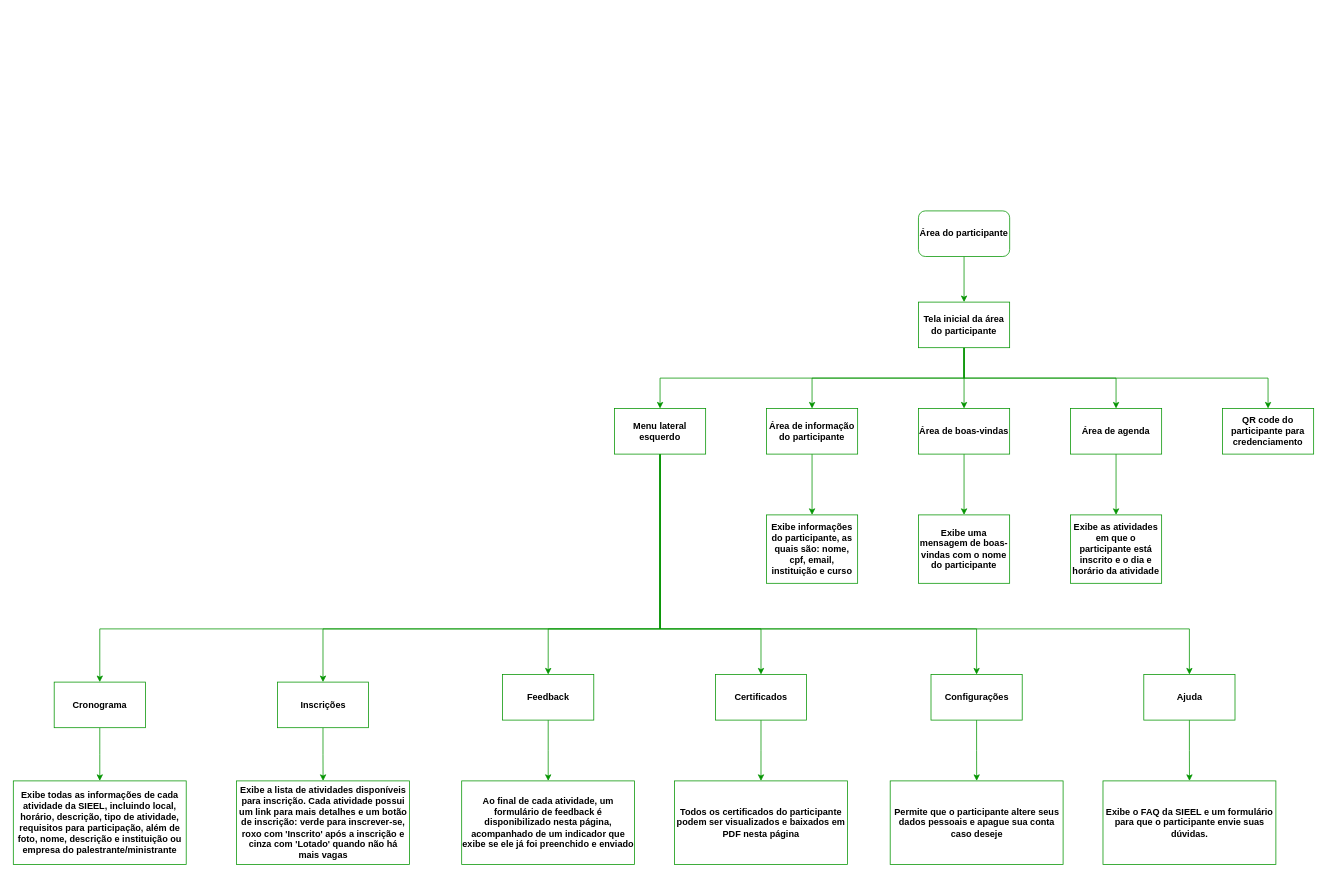
The draw.io diagram page "navegacao-na-area-do-participante" (4 of 6) of flowcharts-SIEEL-s-Site.drawio in jo4o-vinicius/Flowchart-of-SIEEL-s-site, before the edit. Source tidied: cells renumbered, new cells numbered last; positions are measured from the earlier drawing's top-left corner, leaving out a move shared by most shapes. Both pictures are drawn from the tidied source at 76%, with x=0, y=0 at pixel (13, 211).
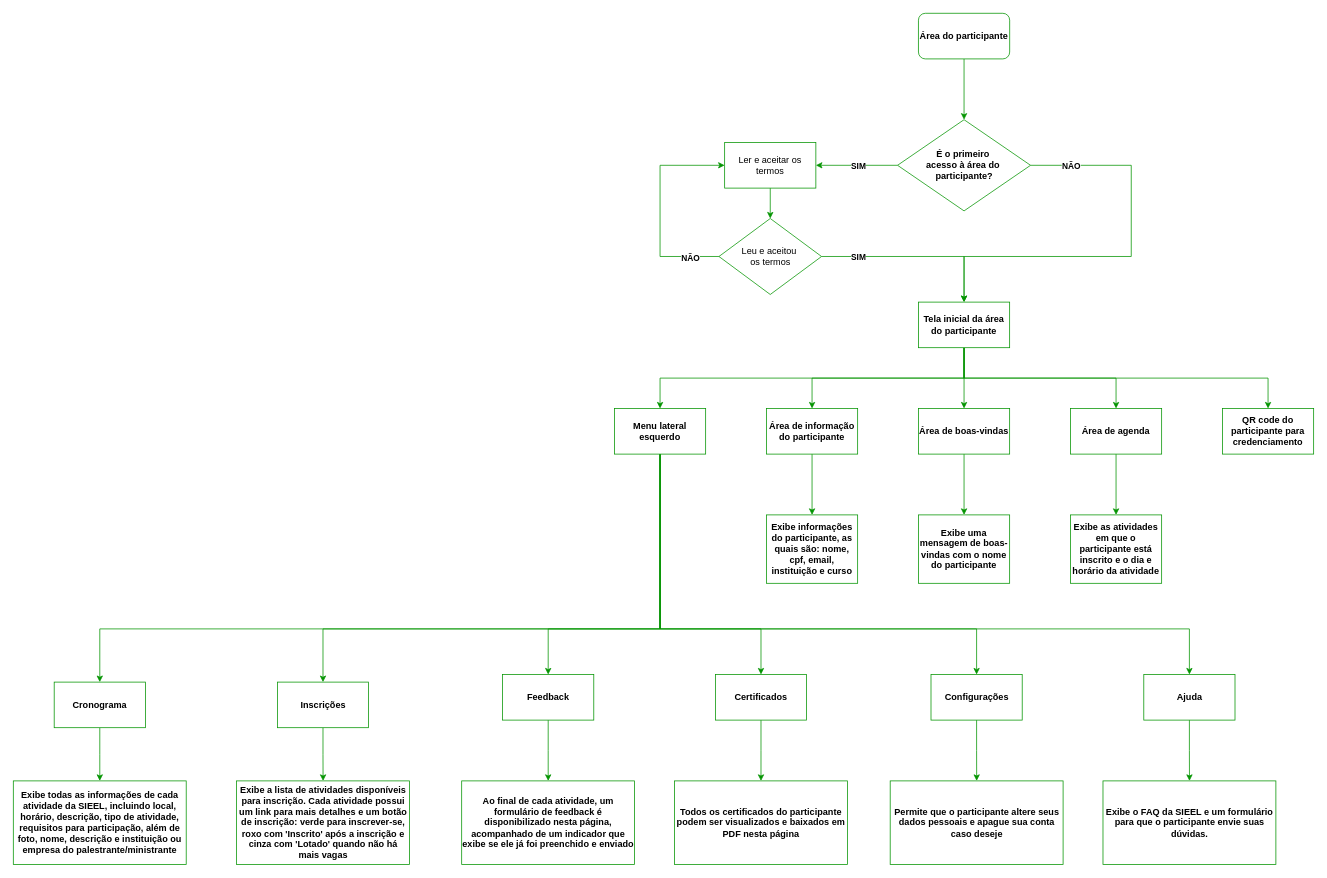
After the change.

Unchanged cells that the change refers to:
```xml
<mxCell id="9" value="Tela inicial da área do participante" style="rounded=0;whiteSpace=wrap;html=1;strokeColor=light-dark(#049402,#049402);fontStyle=1;" parent="1" vertex="1">
  <mxGeometry x="1191" y="120" width="120" height="60" as="geometry" />
</mxCell>
```

Change to the diagram source:
```diff
@@
-    <mxCell id="2" style="edgeStyle=orthogonalEdgeStyle;rounded=0;jettySize=auto;html=1;strokeColor=light-dark(#049402,#049402);fontStyle=1;" parent="1" edge="1" source="3" target="9">
-      <mxGeometry relative="1" as="geometry" />
-    </mxCell>
+    <mxCell id="45" style="edgeStyle=orthogonalEdgeStyle;rounded=0;jettySize=auto;html=1;strokeColor=light-dark(#049402,#049402);" parent="1" edge="1" source="3" target="50">
+      <mxGeometry relative="1" as="geometry" />
+    </mxCell>
     <mxCell id="3" value="Área do participante" style="rounded=1;whiteSpace=wrap;html=1;strokeColor=light-dark(#049402,#049402);fontStyle=1;" parent="1" vertex="1">
-      <mxGeometry x="1191" width="120" height="60" as="geometry" />
+      <mxGeometry x="1191" y="-260" width="120" height="60" as="geometry" />
     </mxCell>
@@
+    <mxCell id="46" style="edgeStyle=orthogonalEdgeStyle;rounded=0;jettySize=auto;html=1;strokeColor=light-dark(#049402,#049402);" parent="1" edge="1" source="50" target="52">
+      <mxGeometry relative="1" as="geometry" />
+    </mxCell>
+    <mxCell id="47" value="&lt;b&gt;SIM&lt;/b&gt;" style="edgeLabel;html=1;align=center;verticalAlign=middle;" parent="46" vertex="1">
+      <mxGeometry x="-0.02" y="-1" relative="1" as="geometry">
+        <mxPoint x="1" y="1" as="offset" />
+      </mxGeometry>
+    </mxCell>
+    <mxCell id="48" style="edgeStyle=orthogonalEdgeStyle;rounded=0;jettySize=auto;html=1;entryX=0.5;entryY=0;entryDx=0;entryDy=0;strokeColor=light-dark(#049402,#049402);" parent="1" edge="1" source="50" target="9">
+      <mxGeometry relative="1" as="geometry">
+        <Array as="points">
+          <mxPoint x="1471" y="-60" />
+          <mxPoint x="1471" y="60" />
+          <mxPoint x="1251" y="60" />
+        </Array>
+      </mxGeometry>
+    </mxCell>
+    <mxCell id="49" value="NÃO" style="edgeLabel;html=1;align=center;verticalAlign=middle;fontStyle=1;" parent="48" vertex="1">
+      <mxGeometry x="-0.76" y="3" relative="1" as="geometry">
+        <mxPoint x="-11" y="3" as="offset" />
+      </mxGeometry>
+    </mxCell>
+    <mxCell id="50" value="&lt;div&gt;&lt;b&gt;É o primeiro&amp;nbsp;&lt;/b&gt;&lt;/div&gt;&lt;div&gt;&lt;b&gt;acesso à área do&amp;nbsp;&lt;/b&gt;&lt;/div&gt;&lt;div&gt;&lt;b&gt;participante?&lt;/b&gt;&lt;/div&gt;" style="rhombus;whiteSpace=wrap;html=1;strokeColor=light-dark(#049402,#049402);" parent="1" vertex="1">
+      <mxGeometry x="1163.5" y="-120" width="175" height="120" as="geometry" />
+    </mxCell>
+    <mxCell id="51" style="edgeStyle=orthogonalEdgeStyle;rounded=0;jettySize=auto;html=1;strokeColor=light-dark(#049402,#049402);" parent="1" edge="1" source="52" target="57">
+      <mxGeometry relative="1" as="geometry" />
+    </mxCell>
+    <mxCell id="52" value="Ler e aceitar os termos" style="whiteSpace=wrap;html=1;strokeColor=light-dark(#049402,#049402);" parent="1" vertex="1">
+      <mxGeometry x="936" y="-90" width="120" height="60" as="geometry" />
+    </mxCell>
+    <mxCell id="53" style="edgeStyle=orthogonalEdgeStyle;rounded=0;jettySize=auto;html=1;entryX=0;entryY=0.5;entryDx=0;entryDy=0;exitX=0;exitY=0.5;exitDx=0;exitDy=0;strokeColor=light-dark(#049402,#049402);" parent="1" edge="1" source="57" target="52">
+      <mxGeometry relative="1" as="geometry">
+        <Array as="points">
+          <mxPoint x="851" y="60" />
+          <mxPoint x="851" y="-60" />
+        </Array>
+      </mxGeometry>
+    </mxCell>
+    <mxCell id="54" value="&lt;b&gt;NÃO&lt;/b&gt;" style="edgeLabel;html=1;align=center;verticalAlign=middle;" parent="53" vertex="1">
+      <mxGeometry x="-0.73" y="1" relative="1" as="geometry" />
+    </mxCell>
+    <mxCell id="55" style="edgeStyle=orthogonalEdgeStyle;rounded=0;jettySize=auto;html=1;entryX=0.5;entryY=0;entryDx=0;entryDy=0;strokeColor=light-dark(#049402,#049402);" parent="1" edge="1" source="57" target="9">
+      <mxGeometry relative="1" as="geometry" />
+    </mxCell>
+    <mxCell id="56" value="&lt;b&gt;SIM&lt;/b&gt;" style="edgeLabel;html=1;align=center;verticalAlign=middle;" parent="55" vertex="1">
+      <mxGeometry x="-0.62" y="1" relative="1" as="geometry">
+        <mxPoint x="1" y="1" as="offset" />
+      </mxGeometry>
+    </mxCell>
+    <mxCell id="57" value="&lt;div&gt;Leu e aceitou&amp;nbsp;&lt;/div&gt;&lt;div&gt;os termos&lt;/div&gt;" style="rhombus;whiteSpace=wrap;html=1;strokeColor=light-dark(#049402,#049402);" parent="1" vertex="1">
+      <mxGeometry x="928.5" y="10" width="135" height="100" as="geometry" />
+    </mxCell>
```
